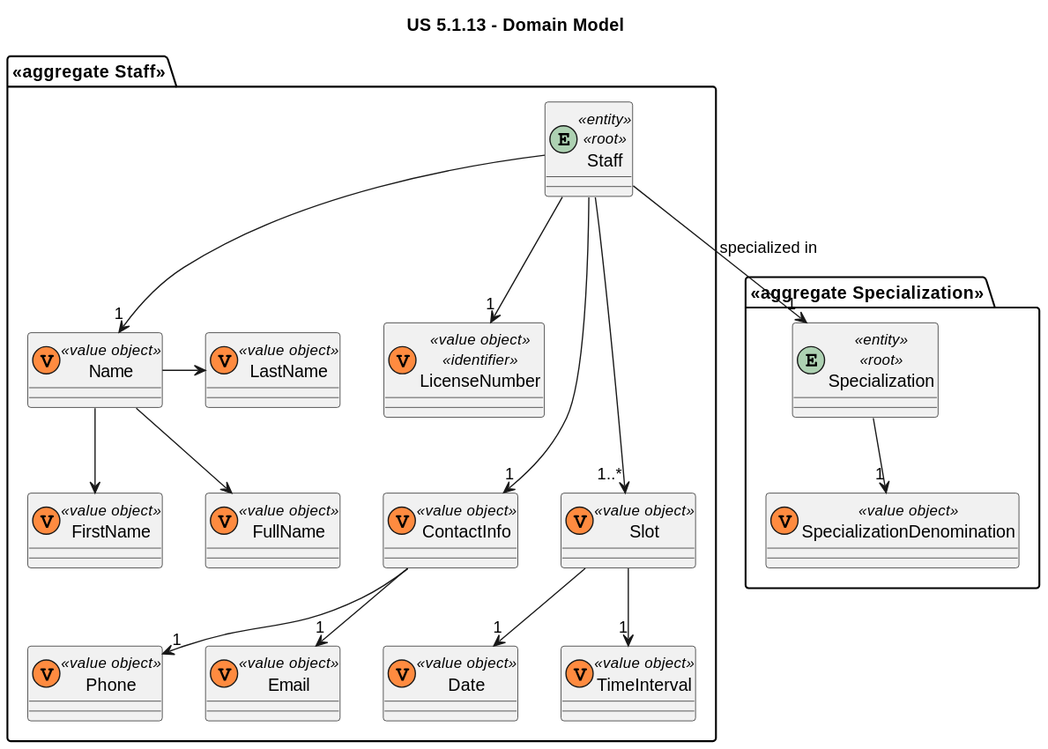
Before: docs/sprint-1/1221933/us-5.1.13/diagrams/dm/us-5.1.13-dm.svg, a diagram exported from PlantUML (rita-barbosa/LAPR5-2425). The source it was exported from:
```plantuml
@startuml

title "US 5.1.13 - Domain Model"

package "<<aggregate Staff>>" {
    entity Staff <<entity>><<root>>{}
    class LicenseNumber <<(V,#FF8B40)value object>> <<identifier>> {}
    class Name <<(V,#FF8B40)value object>> {}
    class FirstName <<(V,#FF8B40)value object>> {}
    class LastName <<(V,#FF8B40)value object>> {}
    class FullName <<(V,#FF8B40)value object>> {}
    class ContactInfo <<(V,#FF8B40)value object>> {}
    class Phone <<(V,#FF8B40)value object>> {}
    class Email <<(V,#FF8B40)value object>> {}
    class Slot <<(V,#FF8B40)value object>> {}
    class Date <<(V,#FF8B40)value object>> {}
    class TimeInterval <<(V,#FF8B40)value object>> {}
}

package "<<aggregate Specialization>>"{
    entity Specialization <<entity>> <<root>> {}
    class SpecializationDenomination <<(V,#FF8B40)value object>>  {}
}



Name --> FirstName
Name -> LastName
Name --> FullName

ContactInfo --> "1" Email
ContactInfo --> "1" Phone

Staff --> "1" Name
Staff ---> "1" ContactInfo
Staff --> "1" LicenseNumber
Staff ---> "1..*" Slot
Staff --> "1" Specialization : specialized in
Specialization --> "1" SpecializationDenomination
Slot --> "1" Date
Slot --> "1" TimeInterval
@enduml
```
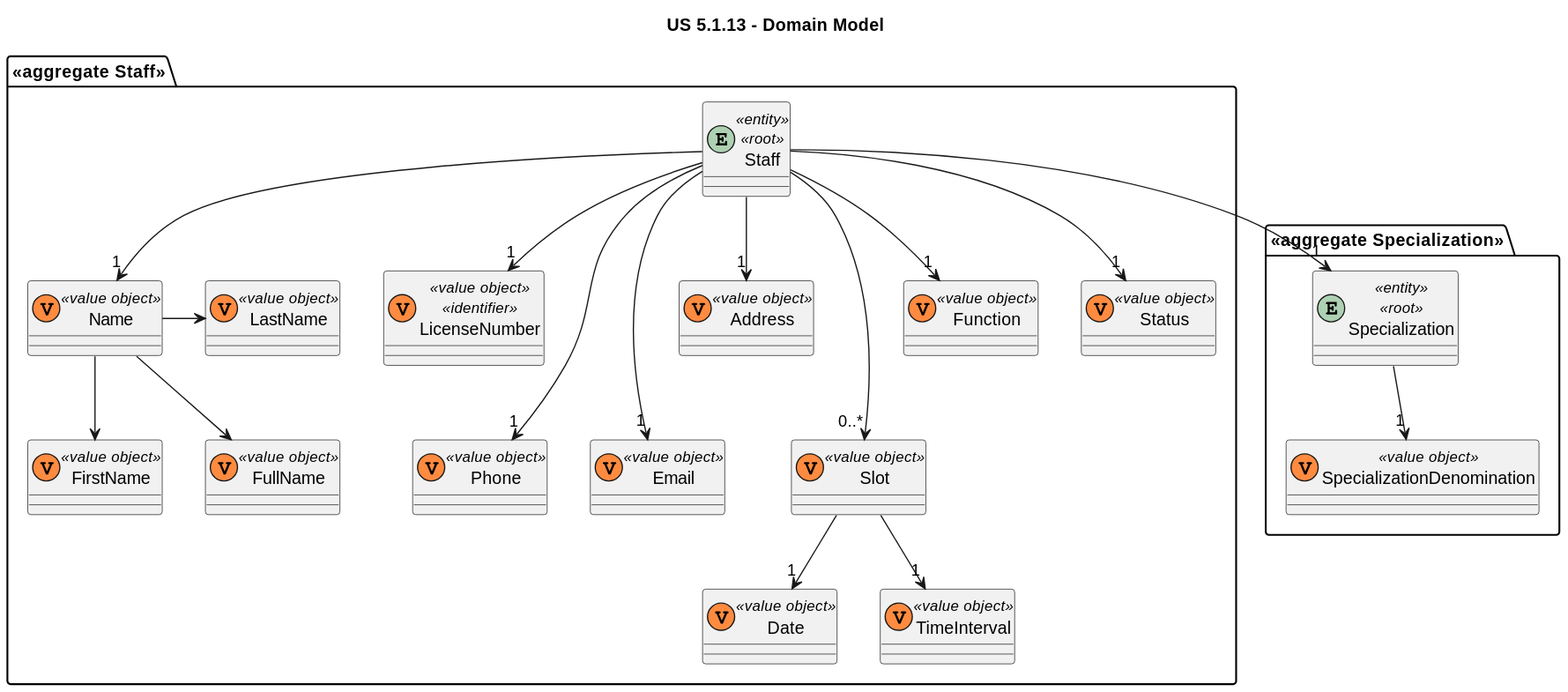
After the commit.

The edit, as a diff of the source:
```diff
@@ -9,13 +9,16 @@
     class FirstName <<(V,#FF8B40)value object>> {}
     class LastName <<(V,#FF8B40)value object>> {}
     class FullName <<(V,#FF8B40)value object>> {}
-    class ContactInfo <<(V,#FF8B40)value object>> {}
     class Phone <<(V,#FF8B40)value object>> {}
     class Email <<(V,#FF8B40)value object>> {}
+    class Address <<(V,#FF8B40)value object>> {}
     class Slot <<(V,#FF8B40)value object>> {}
     class Date <<(V,#FF8B40)value object>> {}
     class TimeInterval <<(V,#FF8B40)value object>> {}
+    class Function <<(V,#FF8B40)value object>>  {}
+    class Status <<(V,#FF8B40)value object>> {}
 }
+
 
 package "<<aggregate Specialization>>"{
     entity Specialization <<entity>> <<root>> {}
@@ -28,14 +31,15 @@
 Name -> LastName
 Name --> FullName
 
-ContactInfo --> "1" Email
-ContactInfo --> "1" Phone
-
+Staff --> "1" Status
 Staff --> "1" Name
-Staff ---> "1" ContactInfo
+Staff --> "1" Function
+Staff ---> "1" Email
+Staff ---> "1" Phone
+Staff --> "1" Address
 Staff --> "1" LicenseNumber
-Staff ---> "1..*" Slot
-Staff --> "1" Specialization : specialized in
+Staff ---> "0..*" Slot
+Staff --> "1" Specialization
 Specialization --> "1" SpecializationDenomination
 Slot --> "1" Date
 Slot --> "1" TimeInterval
```
